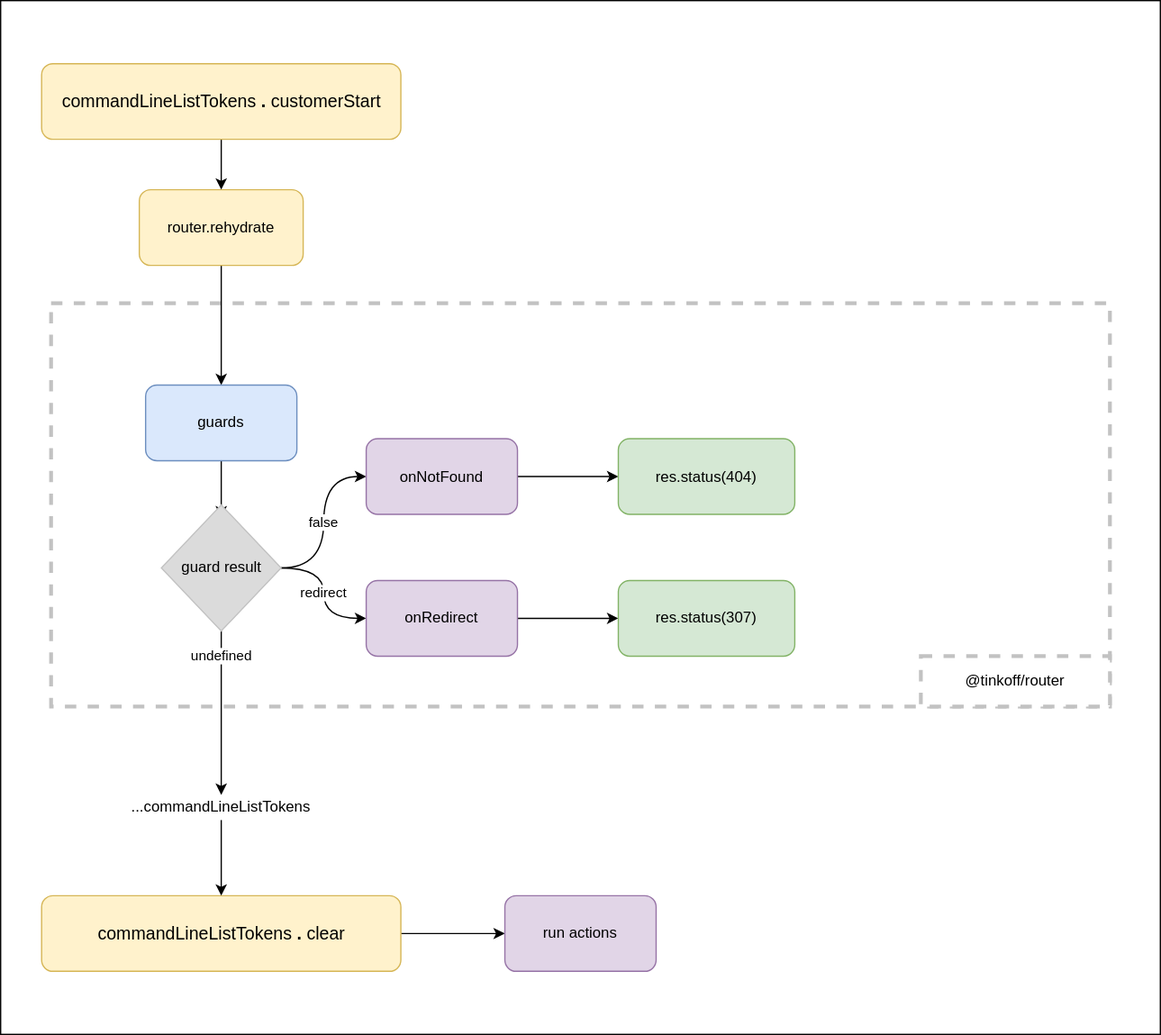
Before: tools/docSite/static/img/router/rehydrate-client.drawio.svg, a diagram exported from draw.io (Tinkoff/tramvai). Source tidied: cells renumbered, new cells last; positions are measured from the earlier drawing's top-left corner, leaving out a move shared by most shapes. Source of this version:
```xml
<mxGraphModel>
  <root>
    <mxCell id="0" />
    <mxCell id="1" parent="0" />
    <mxCell id="2" style="rounded=0;whiteSpace=wrap;html=1;" parent="1" vertex="1">
      <mxGeometry width="920" height="820" as="geometry" />
    </mxCell>
    <mxCell id="3" style="whiteSpace=wrap;html=1;dashed=1;strokeWidth=3;strokeColor=#C2C2C2;" parent="1" vertex="1">
      <mxGeometry x="40" y="240" width="840" height="320" as="geometry" />
    </mxCell>
    <mxCell id="4" style="edgeStyle=orthogonalEdgeStyle;rounded=0;jettySize=auto;html=1;exitX=0.5;exitY=1;exitDx=0;exitDy=0;entryX=0.5;entryY=0;entryDx=0;entryDy=0;" parent="1" edge="1" source="5" target="9">
      <mxGeometry relative="1" as="geometry" />
    </mxCell>
    <mxCell id="5" value="router.rehydrate" style="rounded=1;whiteSpace=wrap;html=1;strokeColor=#d6b656;strokeWidth=1;fillColor=#fff2cc;" parent="1" vertex="1">
      <mxGeometry x="110" y="150" width="130" height="60" as="geometry" />
    </mxCell>
    <mxCell id="6" style="edgeStyle=orthogonalEdgeStyle;rounded=0;jettySize=auto;html=1;exitX=0.5;exitY=1;exitDx=0;exitDy=0;entryX=0.5;entryY=0;entryDx=0;entryDy=0;" parent="1" edge="1" source="7" target="5">
      <mxGeometry relative="1" as="geometry" />
    </mxCell>
    <mxCell id="7" value="&lt;div style=&quot;font-size: 14px ; line-height: 19px&quot;&gt;commandLineListTokens&lt;span style=&quot;font-weight: bold&quot;&gt;.&lt;/span&gt;customerStart&lt;/div&gt;" style="rounded=1;whiteSpace=wrap;html=1;fillColor=#fff2cc;strokeColor=#d6b656;" parent="1" vertex="1">
      <mxGeometry x="32.5" y="50" width="285" height="60" as="geometry" />
    </mxCell>
    <mxCell id="8" style="edgeStyle=orthogonalEdgeStyle;rounded=0;jettySize=auto;html=1;exitX=0.5;exitY=1;exitDx=0;exitDy=0;entryX=0.5;entryY=0;entryDx=0;entryDy=0;" parent="1" edge="1" source="9">
      <mxGeometry relative="1" as="geometry">
        <mxPoint x="175" y="410" as="targetPoint" />
      </mxGeometry>
    </mxCell>
    <mxCell id="9" value="guards" style="rounded=1;whiteSpace=wrap;html=1;fillColor=#dae8fc;strokeColor=#6c8ebf;" parent="1" vertex="1">
      <mxGeometry x="115" y="305" width="120" height="60" as="geometry" />
    </mxCell>
    <mxCell id="10" value="false" style="edgeStyle=orthogonalEdgeStyle;jettySize=auto;html=1;exitX=1;exitY=0.5;exitDx=0;exitDy=0;entryX=0;entryY=0.5;entryDx=0;entryDy=0;curved=1;" parent="1" edge="1" source="13" target="15">
      <mxGeometry relative="1" as="geometry" />
    </mxCell>
    <mxCell id="11" value="redirect" style="edgeStyle=orthogonalEdgeStyle;curved=1;jettySize=auto;html=1;exitX=1;exitY=0.5;exitDx=0;exitDy=0;entryX=0;entryY=0.5;entryDx=0;entryDy=0;" parent="1" edge="1" source="13" target="18">
      <mxGeometry relative="1" as="geometry" />
    </mxCell>
    <mxCell id="12" value="undefined" style="edgeStyle=orthogonalEdgeStyle;rounded=0;jettySize=auto;html=1;exitX=0.5;exitY=1;exitDx=0;exitDy=0;entryX=0.5;entryY=0;entryDx=0;entryDy=0;" parent="1" edge="1" source="13" target="24">
      <mxGeometry x="-0.69" relative="1" as="geometry" />
    </mxCell>
    <mxCell id="13" value="guard result" style="rhombus;whiteSpace=wrap;html=1;rounded=0;strokeColor=#C2C2C2;strokeWidth=1;fillColor=#DBDBDB;" parent="1" vertex="1">
      <mxGeometry x="127.5" y="400" width="95" height="100" as="geometry" />
    </mxCell>
    <mxCell id="14" style="edgeStyle=orthogonalEdgeStyle;rounded=0;jettySize=auto;html=1;exitX=1;exitY=0.5;exitDx=0;exitDy=0;entryX=0;entryY=0.5;entryDx=0;entryDy=0;" parent="1" edge="1" source="15" target="16">
      <mxGeometry relative="1" as="geometry" />
    </mxCell>
    <mxCell id="15" value="onNotFound" style="rounded=1;whiteSpace=wrap;html=1;strokeWidth=1;fillColor=#e1d5e7;strokeColor=#9673a6;" parent="1" vertex="1">
      <mxGeometry x="290" y="347.5" width="120" height="60" as="geometry" />
    </mxCell>
    <mxCell id="16" value="res.status(404)" style="rounded=1;whiteSpace=wrap;html=1;strokeColor=#82b366;strokeWidth=1;fillColor=#d5e8d4;" parent="1" vertex="1">
      <mxGeometry x="490" y="347.5" width="140" height="60" as="geometry" />
    </mxCell>
    <mxCell id="17" style="edgeStyle=orthogonalEdgeStyle;rounded=0;jettySize=auto;html=1;exitX=1;exitY=0.5;exitDx=0;exitDy=0;entryX=0;entryY=0.5;entryDx=0;entryDy=0;" parent="1" edge="1" source="18" target="19">
      <mxGeometry relative="1" as="geometry" />
    </mxCell>
    <mxCell id="18" value="onRedirect" style="rounded=1;whiteSpace=wrap;html=1;strokeColor=#9673a6;strokeWidth=1;fillColor=#e1d5e7;" parent="1" vertex="1">
      <mxGeometry x="290" y="460" width="120" height="60" as="geometry" />
    </mxCell>
    <mxCell id="19" value="res.status(307)" style="rounded=1;whiteSpace=wrap;html=1;strokeColor=#82b366;strokeWidth=1;fillColor=#d5e8d4;" parent="1" vertex="1">
      <mxGeometry x="490" y="460" width="140" height="60" as="geometry" />
    </mxCell>
    <mxCell id="20" style="edgeStyle=orthogonalEdgeStyle;curved=1;jettySize=auto;html=1;exitX=1;exitY=0.5;exitDx=0;exitDy=0;fontColor=#000000;" parent="1" edge="1" source="21" target="22">
      <mxGeometry relative="1" as="geometry" />
    </mxCell>
    <mxCell id="21" value="&lt;div style=&quot;font-size: 14px ; line-height: 19px&quot;&gt;commandLineListTokens&lt;span style=&quot;font-weight: bold&quot;&gt;.&lt;/span&gt;clear&lt;/div&gt;" style="rounded=1;whiteSpace=wrap;html=1;shadow=0;glass=0;strokeColor=#d6b656;fillColor=#fff2cc;labelBackgroundColor=none;" parent="1" vertex="1">
      <mxGeometry x="32.5" y="710" width="285" height="60" as="geometry" />
    </mxCell>
    <mxCell id="22" value="run actions" style="rounded=1;whiteSpace=wrap;html=1;shadow=0;glass=0;labelBackgroundColor=none;fillColor=#e1d5e7;strokeColor=#9673a6;" parent="1" vertex="1">
      <mxGeometry x="400" y="710" width="120" height="60" as="geometry" />
    </mxCell>
    <mxCell id="23" style="edgeStyle=orthogonalEdgeStyle;rounded=0;jettySize=auto;html=1;exitX=0.5;exitY=1;exitDx=0;exitDy=0;entryX=0.5;entryY=0;entryDx=0;entryDy=0;" parent="1" edge="1" source="24" target="21">
      <mxGeometry relative="1" as="geometry" />
    </mxCell>
    <mxCell id="24" value="...commandLineListTokens" style="text;html=1;strokeColor=none;fillColor=none;align=center;verticalAlign=middle;whiteSpace=wrap;rounded=0;" parent="1" vertex="1">
      <mxGeometry x="155" y="630" width="40" height="20" as="geometry" />
    </mxCell>
    <mxCell id="25" value="@tinkoff/router" style="rounded=0;whiteSpace=wrap;html=1;dashed=1;strokeWidth=3;strokeColor=#C2C2C2;" parent="1" vertex="1">
      <mxGeometry x="730" y="520" width="150" height="40" as="geometry" />
    </mxCell>
  </root>
</mxGraphModel>
```
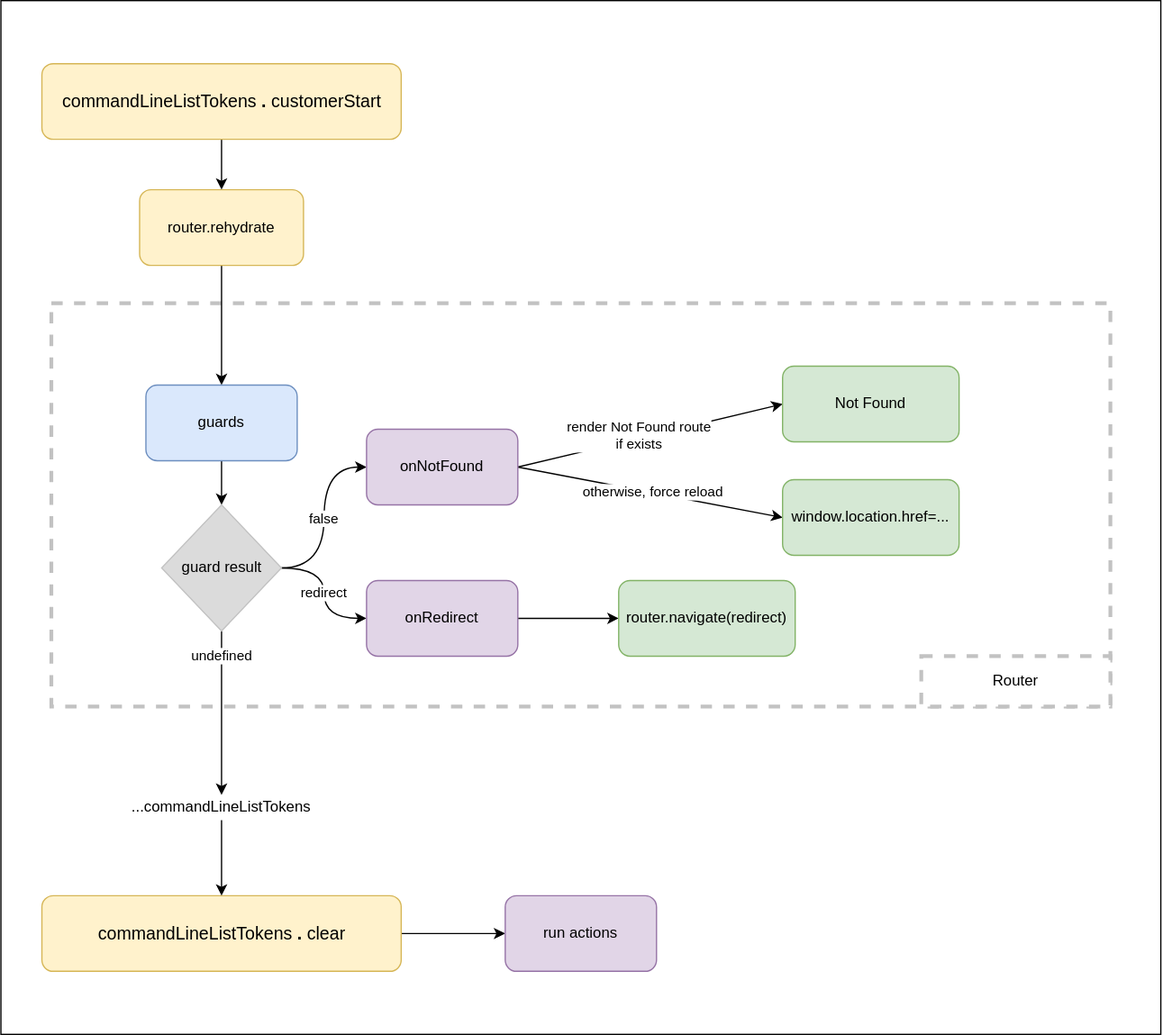
Later version of the same file.

Diff of the diagram source:
```diff
@@ -20,10 +20,8 @@
     <mxCell id="7" value="&lt;div style=&quot;font-size: 14px ; line-height: 19px&quot;&gt;commandLineListTokens&lt;span style=&quot;font-weight: bold&quot;&gt;.&lt;/span&gt;customerStart&lt;/div&gt;" style="rounded=1;whiteSpace=wrap;html=1;fillColor=#fff2cc;strokeColor=#d6b656;" parent="1" vertex="1">
       <mxGeometry x="32.5" y="50" width="285" height="60" as="geometry" />
     </mxCell>
-    <mxCell id="8" style="edgeStyle=orthogonalEdgeStyle;rounded=0;jettySize=auto;html=1;exitX=0.5;exitY=1;exitDx=0;exitDy=0;entryX=0.5;entryY=0;entryDx=0;entryDy=0;" parent="1" edge="1" source="9">
-      <mxGeometry relative="1" as="geometry">
-        <mxPoint x="175" y="410" as="targetPoint" />
-      </mxGeometry>
+    <mxCell id="8" style="edgeStyle=orthogonalEdgeStyle;rounded=0;jettySize=auto;html=1;exitX=0.5;exitY=1;exitDx=0;exitDy=0;entryX=0.5;entryY=0;entryDx=0;entryDy=0;" parent="1" edge="1" source="9" target="13">
+      <mxGeometry relative="1" as="geometry" />
     </mxCell>
     <mxCell id="9" value="guards" style="rounded=1;whiteSpace=wrap;html=1;fillColor=#dae8fc;strokeColor=#6c8ebf;" parent="1" vertex="1">
       <mxGeometry x="115" y="305" width="120" height="60" as="geometry" />
@@ -40,14 +38,23 @@
     <mxCell id="13" value="guard result" style="rhombus;whiteSpace=wrap;html=1;rounded=0;strokeColor=#C2C2C2;strokeWidth=1;fillColor=#DBDBDB;" parent="1" vertex="1">
       <mxGeometry x="127.5" y="400" width="95" height="100" as="geometry" />
     </mxCell>
-    <mxCell id="14" style="edgeStyle=orthogonalEdgeStyle;rounded=0;jettySize=auto;html=1;exitX=1;exitY=0.5;exitDx=0;exitDy=0;entryX=0;entryY=0.5;entryDx=0;entryDy=0;" parent="1" edge="1" source="15" target="16">
+    <mxCell id="14" style="edgeStyle=none;rounded=1;html=1;exitX=1;exitY=0.5;exitDx=0;exitDy=0;entryX=0;entryY=0.5;entryDx=0;entryDy=0;" parent="1" edge="1" source="15" target="16">
       <mxGeometry relative="1" as="geometry" />
     </mxCell>
+    <mxCell id="26" value="render Not Found route&lt;br&gt;if exists" style="edgeLabel;html=1;align=center;verticalAlign=middle;" parent="14" vertex="1">
+      <mxGeometry x="-0.09" y="3" relative="1" as="geometry" />
+    </mxCell>
+    <mxCell id="27" style="edgeStyle=none;rounded=1;html=1;exitX=1;exitY=0.5;exitDx=0;exitDy=0;entryX=0;entryY=0.5;entryDx=0;entryDy=0;" parent="1" edge="1" source="15" target="29">
+      <mxGeometry relative="1" as="geometry" />
+    </mxCell>
+    <mxCell id="28" value="otherwise, force reload" style="edgeLabel;html=1;align=center;verticalAlign=middle;" parent="27" vertex="1">
+      <mxGeometry x="0.01" y="1" relative="1" as="geometry" />
+    </mxCell>
     <mxCell id="15" value="onNotFound" style="rounded=1;whiteSpace=wrap;html=1;strokeWidth=1;fillColor=#e1d5e7;strokeColor=#9673a6;" parent="1" vertex="1">
-      <mxGeometry x="290" y="347.5" width="120" height="60" as="geometry" />
+      <mxGeometry x="290" y="340" width="120" height="60" as="geometry" />
     </mxCell>
-    <mxCell id="16" value="res.status(404)" style="rounded=1;whiteSpace=wrap;html=1;strokeColor=#82b366;strokeWidth=1;fillColor=#d5e8d4;" parent="1" vertex="1">
-      <mxGeometry x="490" y="347.5" width="140" height="60" as="geometry" />
+    <mxCell id="16" value="Not Found" style="rounded=1;whiteSpace=wrap;html=1;strokeColor=#82b366;strokeWidth=1;fillColor=#d5e8d4;" parent="1" vertex="1">
+      <mxGeometry x="620" y="290" width="140" height="60" as="geometry" />
     </mxCell>
     <mxCell id="17" style="edgeStyle=orthogonalEdgeStyle;rounded=0;jettySize=auto;html=1;exitX=1;exitY=0.5;exitDx=0;exitDy=0;entryX=0;entryY=0.5;entryDx=0;entryDy=0;" parent="1" edge="1" source="18" target="19">
       <mxGeometry relative="1" as="geometry" />
@@ -55,7 +62,7 @@
     <mxCell id="18" value="onRedirect" style="rounded=1;whiteSpace=wrap;html=1;strokeColor=#9673a6;strokeWidth=1;fillColor=#e1d5e7;" parent="1" vertex="1">
       <mxGeometry x="290" y="460" width="120" height="60" as="geometry" />
     </mxCell>
-    <mxCell id="19" value="res.status(307)" style="rounded=1;whiteSpace=wrap;html=1;strokeColor=#82b366;strokeWidth=1;fillColor=#d5e8d4;" parent="1" vertex="1">
+    <mxCell id="19" value="router.navigate(redirect)" style="rounded=1;whiteSpace=wrap;html=1;strokeColor=#82b366;strokeWidth=1;fillColor=#d5e8d4;" parent="1" vertex="1">
       <mxGeometry x="490" y="460" width="140" height="60" as="geometry" />
     </mxCell>
     <mxCell id="20" style="edgeStyle=orthogonalEdgeStyle;curved=1;jettySize=auto;html=1;exitX=1;exitY=0.5;exitDx=0;exitDy=0;fontColor=#000000;" parent="1" edge="1" source="21" target="22">
@@ -73,8 +80,11 @@
     <mxCell id="24" value="...commandLineListTokens" style="text;html=1;strokeColor=none;fillColor=none;align=center;verticalAlign=middle;whiteSpace=wrap;rounded=0;" parent="1" vertex="1">
       <mxGeometry x="155" y="630" width="40" height="20" as="geometry" />
     </mxCell>
-    <mxCell id="25" value="@tinkoff/router" style="rounded=0;whiteSpace=wrap;html=1;dashed=1;strokeWidth=3;strokeColor=#C2C2C2;" parent="1" vertex="1">
+    <mxCell id="25" value="Router" style="rounded=0;whiteSpace=wrap;html=1;dashed=1;strokeWidth=3;strokeColor=#C2C2C2;" parent="1" vertex="1">
       <mxGeometry x="730" y="520" width="150" height="40" as="geometry" />
     </mxCell>
+    <mxCell id="29" value="window.location.href=..." style="rounded=1;whiteSpace=wrap;html=1;strokeColor=#82b366;strokeWidth=1;fillColor=#d5e8d4;" parent="1" vertex="1">
+      <mxGeometry x="620" y="380" width="140" height="60" as="geometry" />
+    </mxCell>
   </root>
 </mxGraphModel>
```
